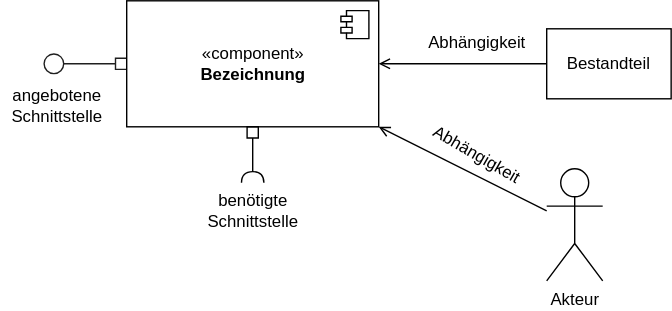
Earlier version of the draw.io export images/Komponentendiagramm-Darstellungselemente.svg (HerrLoesch/UMLite). Source tidied: cells renumbered, new cells last; positions are measured from the earlier drawing's top-left corner, leaving out a move shared by most shapes.
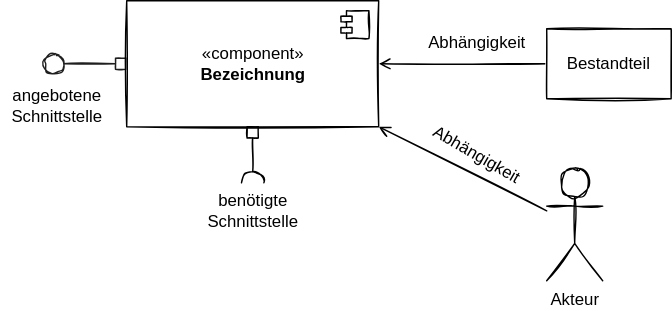
Later version of the same file.

Commit message:
Komponentendiagramm auf Skizze umgestellt

Diff of the diagram source:
```diff
@@ -2,46 +2,46 @@
   <root>
     <mxCell id="0" />
     <mxCell id="1" parent="0" />
-    <mxCell id="2" style="edgeStyle=none;rounded=0;jettySize=auto;html=1;startArrow=box;startFill=0;endArrow=circle;endFill=0;strokeColor=#1F1F1F;" parent="1" edge="1" source="3">
+    <mxCell id="2" style="edgeStyle=none;rounded=0;jettySize=auto;html=1;startArrow=box;startFill=0;endArrow=circle;endFill=0;strokeColor=#1F1F1F;sketch=1;" parent="1" edge="1" source="3">
       <mxGeometry relative="1" as="geometry">
         <mxPoint x="30" y="45" as="targetPoint" />
       </mxGeometry>
     </mxCell>
-    <mxCell id="3" value="«component»&lt;br&gt;&lt;b&gt;Bezeichnung&lt;/b&gt;" style="html=1;" parent="1" vertex="1">
+    <mxCell id="3" value="«component»&lt;br&gt;&lt;b&gt;Bezeichnung&lt;/b&gt;" style="html=1;sketch=1;" parent="1" vertex="1">
       <mxGeometry x="90" width="180" height="90" as="geometry" />
     </mxCell>
-    <mxCell id="4" style="shape=module;jettyWidth=8;jettyHeight=4;" parent="3" vertex="1">
+    <mxCell id="4" style="shape=module;jettyWidth=8;jettyHeight=4;sketch=1;" parent="3" vertex="1">
       <mxGeometry x="1" width="20" height="20" relative="1" as="geometry">
         <mxPoint x="-27" y="7" as="offset" />
       </mxGeometry>
     </mxCell>
-    <mxCell id="5" style="edgeStyle=orthogonalEdgeStyle;rounded=0;jettySize=auto;html=1;endArrow=open;endFill=0;" parent="1" edge="1" source="6" target="3">
+    <mxCell id="5" style="edgeStyle=orthogonalEdgeStyle;rounded=0;jettySize=auto;html=1;endArrow=open;endFill=0;sketch=1;" parent="1" edge="1" source="6" target="3">
       <mxGeometry relative="1" as="geometry" />
     </mxCell>
-    <mxCell id="6" value="Bestandteil" style="html=1;" parent="1" vertex="1">
+    <mxCell id="6" value="Bestandteil" style="html=1;sketch=1;" parent="1" vertex="1">
       <mxGeometry x="390" y="20" width="88.9" height="50" as="geometry" />
     </mxCell>
-    <mxCell id="7" value="Abhängigkeit" style="text;html=1;align=center;verticalAlign=middle;strokeColor=none;fillColor=none;" parent="1" vertex="1">
+    <mxCell id="7" value="Abhängigkeit" style="text;html=1;align=center;verticalAlign=middle;strokeColor=none;fillColor=none;sketch=1;" parent="1" vertex="1">
       <mxGeometry x="300" y="20" width="80" height="20" as="geometry" />
     </mxCell>
-    <mxCell id="8" style="rounded=0;jettySize=auto;html=1;entryX=1;entryY=1;entryDx=0;entryDy=0;endArrow=open;endFill=0;" parent="1" edge="1" source="9" target="3">
+    <mxCell id="8" style="rounded=0;jettySize=auto;html=1;entryX=1;entryY=1;entryDx=0;entryDy=0;endArrow=open;endFill=0;sketch=1;" parent="1" edge="1" source="9" target="3">
       <mxGeometry relative="1" as="geometry" />
     </mxCell>
-    <mxCell id="9" value="Akteur" style="shape=umlActor;verticalLabelPosition=bottom;verticalAlign=top;html=1;" parent="1" vertex="1">
+    <mxCell id="9" value="Akteur" style="shape=umlActor;verticalLabelPosition=bottom;verticalAlign=top;html=1;sketch=1;" parent="1" vertex="1">
       <mxGeometry x="390" y="120" width="40" height="80" as="geometry" />
     </mxCell>
-    <mxCell id="10" value="Abhängigkeit" style="text;html=1;align=center;verticalAlign=middle;strokeColor=none;fillColor=none;rotation=30;" parent="1" vertex="1">
+    <mxCell id="10" value="Abhängigkeit" style="text;html=1;align=center;verticalAlign=middle;strokeColor=none;fillColor=none;rotation=30;sketch=1;" parent="1" vertex="1">
       <mxGeometry x="300" y="100" width="80" height="20" as="geometry" />
     </mxCell>
-    <mxCell id="11" style="edgeStyle=none;rounded=0;jettySize=auto;html=1;endArrow=box;endFill=0;startArrow=halfCircle;startFill=0;" parent="1" edge="1" target="3">
+    <mxCell id="11" style="edgeStyle=none;rounded=0;jettySize=auto;html=1;endArrow=box;endFill=0;startArrow=halfCircle;startFill=0;sketch=1;" parent="1" edge="1" target="3">
       <mxGeometry relative="1" as="geometry">
         <mxPoint x="180" y="130" as="sourcePoint" />
       </mxGeometry>
     </mxCell>
-    <mxCell id="12" value="benötigte&lt;br&gt;Schnittstelle" style="text;html=1;align=center;verticalAlign=middle;strokeColor=none;fillColor=none;" parent="1" vertex="1">
+    <mxCell id="12" value="benötigte&lt;br&gt;Schnittstelle" style="text;html=1;align=center;verticalAlign=middle;strokeColor=none;fillColor=none;sketch=1;" parent="1" vertex="1">
       <mxGeometry x="140" y="135" width="80" height="30" as="geometry" />
     </mxCell>
-    <mxCell id="13" value="angebotene&lt;br&gt;Schnittstelle" style="text;html=1;align=center;verticalAlign=middle;strokeColor=none;fillColor=none;" parent="1" vertex="1">
+    <mxCell id="13" value="angebotene&lt;br&gt;Schnittstelle" style="text;html=1;align=center;verticalAlign=middle;strokeColor=none;fillColor=none;sketch=1;" parent="1" vertex="1">
       <mxGeometry y="60" width="80" height="30" as="geometry" />
     </mxCell>
   </root>
```
